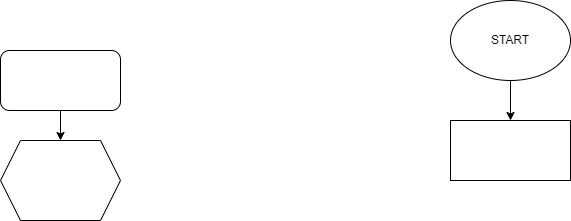
Above: ex000.drawio.png in musicboy17/16_003 (draw.io), before the change. Source tidied: cells renumbered, new cells last; positions are measured from the earlier drawing's top-left corner, leaving out a move shared by most shapes.
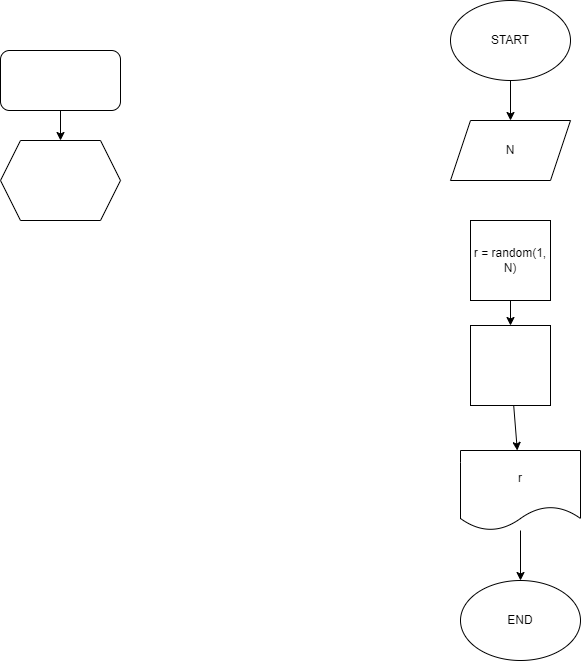
After the commit.

The edit, as a diff of the source:
```diff
@@ -11,14 +11,37 @@
     <mxCell id="4" style="shape=hexagon;perimeter=hexagonPerimeter2;whiteSpace=wrap;html=1;fixedSize=1;" parent="1" vertex="1">
       <mxGeometry y="140" width="120" height="80" as="geometry" />
     </mxCell>
-    <mxCell id="5" style="edgeStyle=none;html=1;" parent="1" edge="1" source="6" target="7">
-      <mxGeometry relative="1" as="geometry" />
+    <mxCell id="5" style="edgeStyle=none;html=1;" parent="1" edge="1" source="6">
+      <mxGeometry relative="1" as="geometry">
+        <mxPoint x="510" y="120" as="targetPoint" />
+      </mxGeometry>
     </mxCell>
     <mxCell id="6" value="START" style="ellipse;whiteSpace=wrap;html=1;" parent="1" vertex="1">
       <mxGeometry x="450" width="120" height="80" as="geometry" />
     </mxCell>
-    <mxCell id="7" style="rounded=0;whiteSpace=wrap;html=1;" parent="1" vertex="1">
-      <mxGeometry x="450" y="120" width="120" height="60" as="geometry" />
-    </mxCell>
+    <mxCell id="8" value="N" style="shape=parallelogram;perimeter=parallelogramPerimeter;whiteSpace=wrap;html=1;fixedSize=1;" parent="1" vertex="1">
+      <mxGeometry x="450" y="120" width="120" height="60" as="geometry" />
+    </mxCell>
+    <mxCell id="9" style="edgeStyle=none;html=1;" parent="1" edge="1" source="10" target="15">
+      <mxGeometry relative="1" as="geometry" />
+    </mxCell>
+    <mxCell id="10" value="r = random(1, N)" style="whiteSpace=wrap;html=1;" parent="1" vertex="1">
+      <mxGeometry x="470" y="220" width="80" height="80" as="geometry" />
+    </mxCell>
+    <mxCell id="11" style="edgeStyle=none;html=1;" parent="1" edge="1" source="12" target="13">
+      <mxGeometry relative="1" as="geometry" />
+    </mxCell>
+    <mxCell id="12" value="r&lt;br&gt;" style="shape=document;whiteSpace=wrap;html=1;boundedLbl=1;" parent="1" vertex="1">
+      <mxGeometry x="460" y="450" width="120" height="80" as="geometry" />
+    </mxCell>
+    <mxCell id="13" value="END" style="ellipse;whiteSpace=wrap;html=1;" parent="1" vertex="1">
+      <mxGeometry x="460" y="580" width="120" height="80" as="geometry" />
+    </mxCell>
+    <mxCell id="14" style="edgeStyle=none;html=1;" parent="1" edge="1" source="15" target="12">
+      <mxGeometry relative="1" as="geometry" />
+    </mxCell>
+    <mxCell id="15" style="whiteSpace=wrap;html=1;" parent="1" vertex="1">
+      <mxGeometry x="470" y="325" width="80" height="80" as="geometry" />
+    </mxCell>
   </root>
 </mxGraphModel>
```
